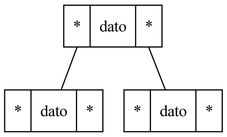
Earlier version of the Graphviz export notas/arbol/img/nodo_arbol_busqueda_binario.png (mjkloeckner/CB100). Its source is kept beside it as notas/arbol/img/nodo_arbol_busqueda_binario.gv.
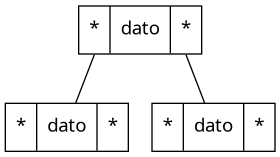
After the commit.

What changed in the source:
```diff
@@ -1,7 +1,8 @@
+
 graph Tree {
     rankdir=TB;
     splines=polyline;
-    node [shape=record];
+    node [shape=record, fontname="sans"];
 
     R [label= "{{<left>*|dato|<right>*}}"];
     A [label= "{{<left>*|dato|<right>*}}"];
```
